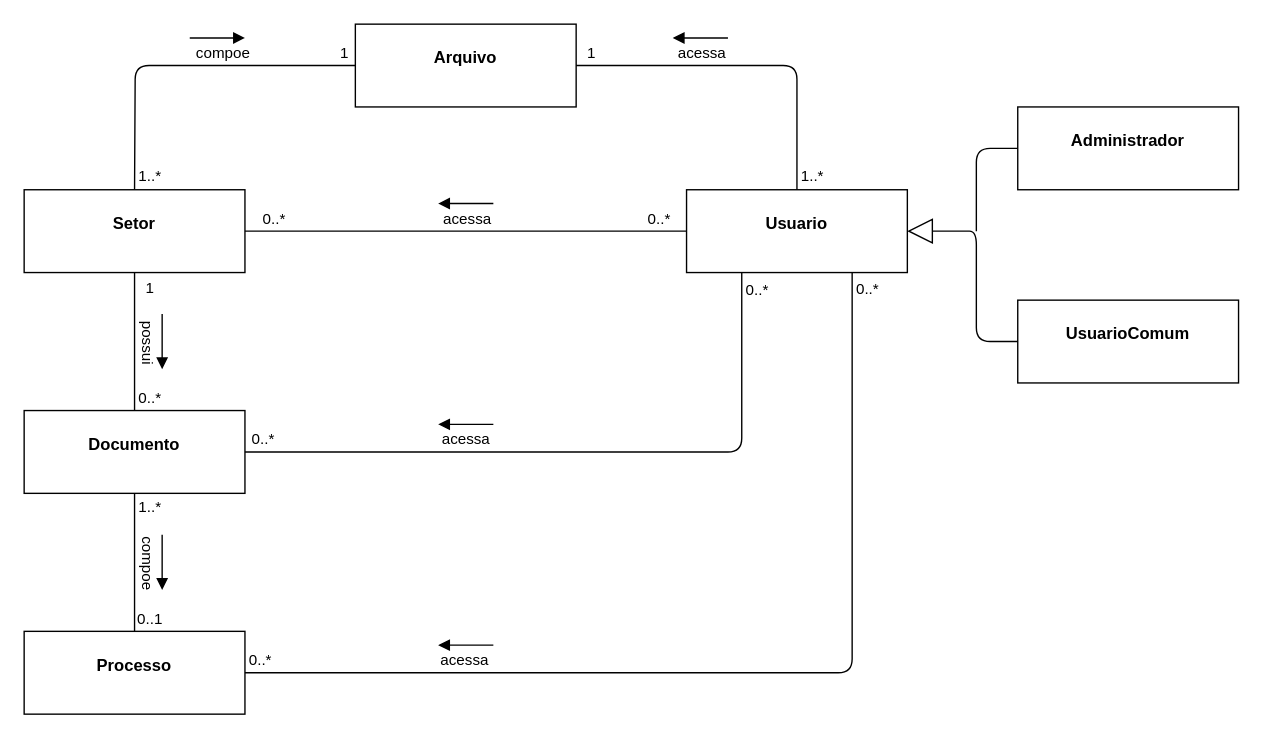
This is modelo_conceitual.drawio from IsacSouzaCampos/ES_I-GED, a draw.io file, before an edit. Source tidied: cells renumbered, new cells numbered last; positions are measured from the earlier drawing's top-left corner, leaving out a move shared by most shapes. Both pictures are drawn from the tidied source at 138%, with x=0, y=0 at pixel (23, 23).
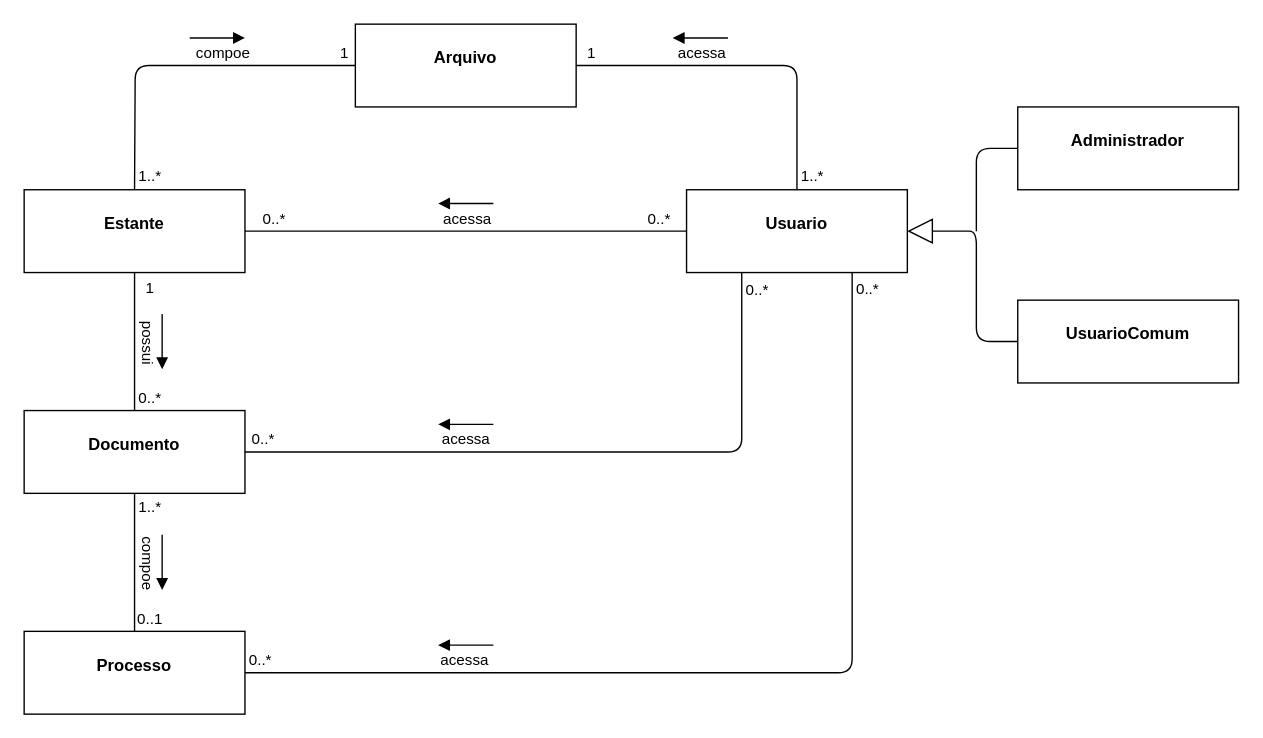
Above is the later version.

Change to the diagram source:
```diff
@@
-    <mxCell id="11" value="&lt;p style=&quot;margin: 0px ; margin-top: 4px ; text-align: center&quot;&gt;&lt;br&gt;&lt;b&gt;Setor&lt;/b&gt;&lt;/p&gt;" style="verticalAlign=top;align=left;overflow=fill;fontSize=12;fontFamily=Helvetica;html=1;" parent="1" vertex="1">
+    <mxCell id="11" value="&lt;p style=&quot;margin: 0px ; margin-top: 4px ; text-align: center&quot;&gt;&lt;br&gt;&lt;b&gt;Estante&lt;/b&gt;&lt;/p&gt;" style="verticalAlign=top;align=left;overflow=fill;fontSize=12;fontFamily=Helvetica;html=1;" parent="1" vertex="1">
       <mxGeometry y="120" width="160" height="60" as="geometry" />
     </mxCell>
```
